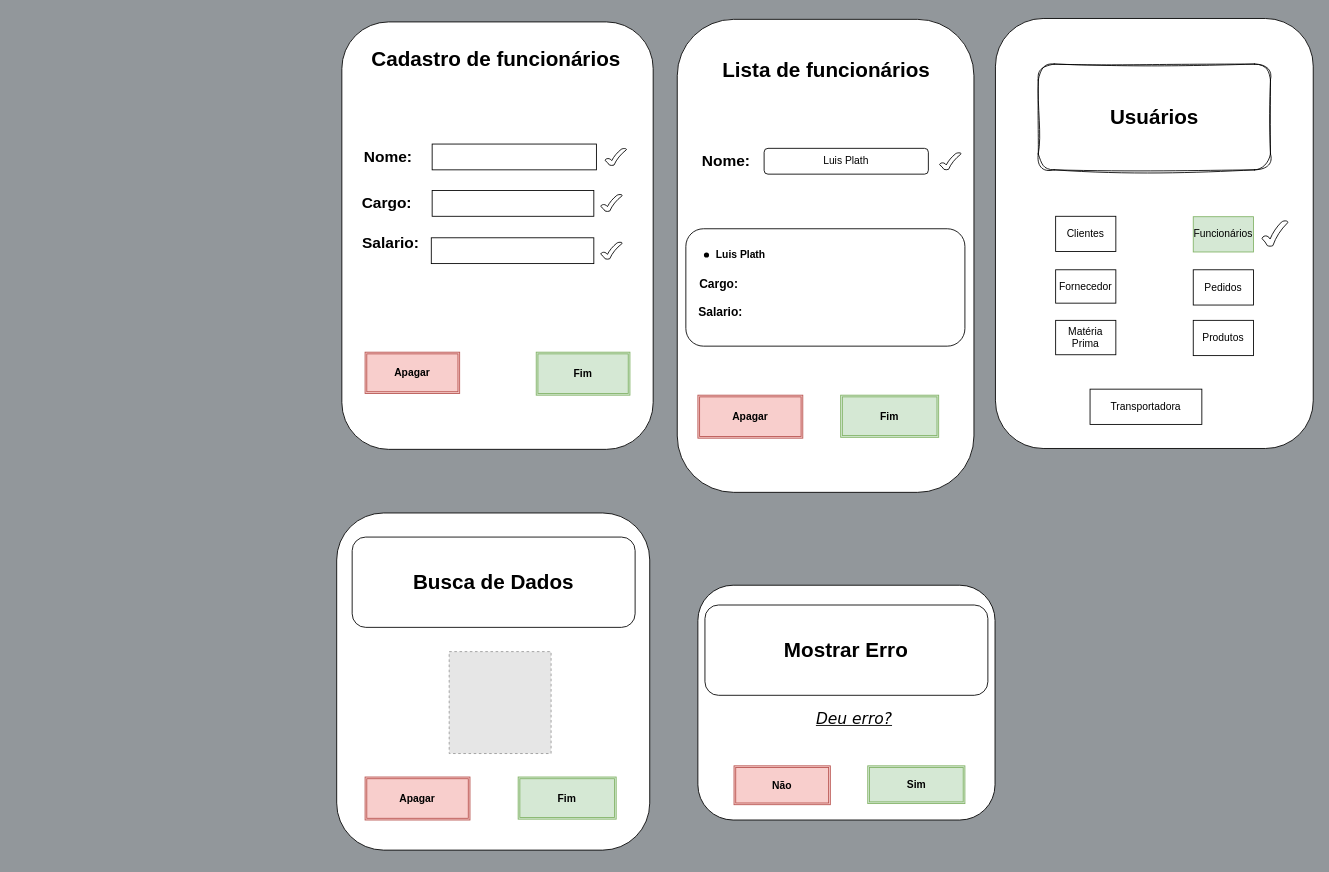
Above: page "Página-11" (11 of 14) of DOC/FLUXOGRAMA.DRAWIO in jeangustavoo/diagrama (draw.io), before the change. Source tidied: cells renumbered, new cells numbered last; positions are measured from the earlier drawing's top-left corner, leaving out a move shared by most shapes. Both pictures are drawn from the tidied source at 86%, with x=0, y=0 at pixel (336, 18). Pictures stored in the file or linked from it are replaced by grey dashed boxes.
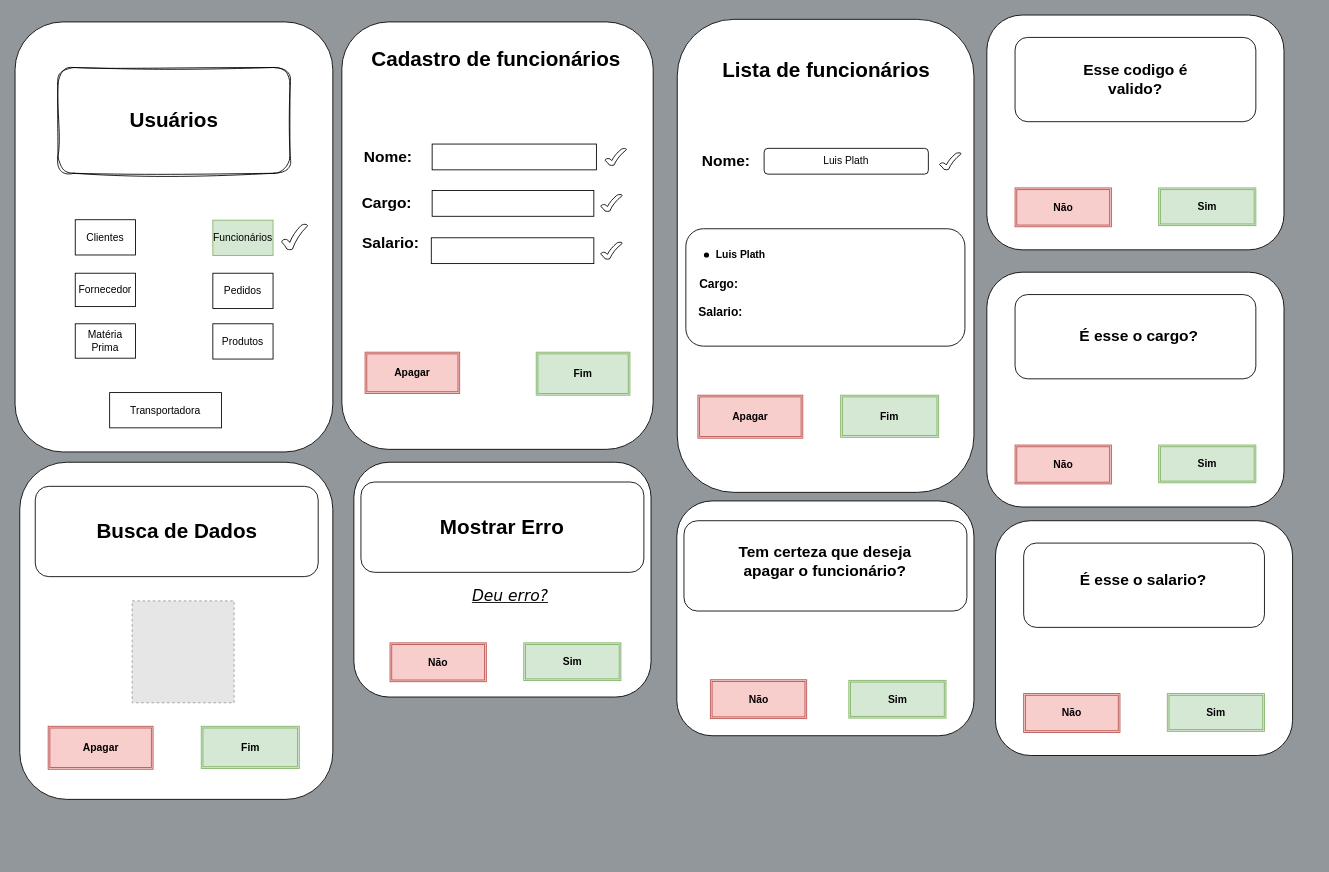
The same diagram, later.

Diff of the diagram source:
```diff
@@
     <mxCell id="23" style="rounded=1;whiteSpace=wrap;html=1;" parent="1" vertex="1">
-      <mxGeometry y="575" width="364" height="392" as="geometry" />
+      <mxGeometry x="-368.5" y="516" width="364" height="392" as="geometry" />
     </mxCell>
     <mxCell id="24" value="&lt;font face=&quot;Helvetica&quot;&gt;&lt;b&gt;Apagar&lt;/b&gt;&lt;/font&gt;" style="shape=ext;double=1;rounded=0;whiteSpace=wrap;html=1;hachureGap=4;fontFamily=Architects Daughter;fillColor=#f8cecc;strokeColor=#b85450;" parent="1" vertex="1">
-      <mxGeometry x="33" y="882" width="122" height="50" as="geometry" />
+      <mxGeometry x="-335.5" y="823" width="122" height="50" as="geometry" />
     </mxCell>
     <mxCell id="25" value="&lt;font face=&quot;Helvetica&quot;&gt;&lt;b&gt;Fim&lt;/b&gt;&lt;/font&gt;" style="shape=ext;double=1;rounded=0;whiteSpace=wrap;html=1;hachureGap=4;fontFamily=Architects Daughter;fillColor=#d5e8d4;strokeColor=#82b366;" parent="1" vertex="1">
-      <mxGeometry x="211" y="882" width="114" height="49" as="geometry" />
+      <mxGeometry x="-157.5" y="823" width="114" height="49" as="geometry" />
     </mxCell>
@@
     <mxCell id="28" style="fillColor=#E6E6E6;strokeColor=#999999;dashed=1;verticalLabelPosition=bottom;labelBackgroundColor=default;verticalAlign=top;" parent="1" vertex="1">
-      <mxGeometry x="130.8" y="736.2" width="118.5" height="118.5" as="geometry" />
+      <mxGeometry x="-237.8" y="677.2" width="118.5" height="118.5" as="geometry" />
     </mxCell>
     <mxCell id="29" value="&lt;b style=&quot;font-family: Helvetica; font-size: 24px; text-wrap: nowrap;&quot;&gt;Busca de Dados&lt;/b&gt;" style="rounded=1;whiteSpace=wrap;html=1;hachureGap=4;fontFamily=Architects Daughter;glass=0;shadow=0;fillColor=#FFFFFF;" parent="1" vertex="1">
-      <mxGeometry x="18" y="603" width="329" height="105" as="geometry" />
+      <mxGeometry x="-350.5" y="544" width="329" height="105" as="geometry" />
     </mxCell>
     <mxCell id="30" style="rounded=1;whiteSpace=wrap;html=1;" parent="1" vertex="1">
-      <mxGeometry x="420" y="659" width="345.5" height="273" as="geometry" />
+      <mxGeometry x="20" y="516" width="345.5" height="273" as="geometry" />
     </mxCell>
     <mxCell id="31" value="&lt;font face=&quot;Helvetica&quot;&gt;&lt;span style=&quot;font-size: 24px; text-wrap: nowrap;&quot;&gt;&lt;b&gt;Mostrar Erro&lt;/b&gt;&lt;/span&gt;&lt;/font&gt;" style="rounded=1;whiteSpace=wrap;html=1;hachureGap=4;fontFamily=Architects Daughter;glass=0;shadow=0;fillColor=#FFFFFF;" parent="1" vertex="1">
-      <mxGeometry x="428.2" y="682" width="329" height="105" as="geometry" />
+      <mxGeometry x="28.2" y="539" width="329" height="105" as="geometry" />
     </mxCell>
     <mxCell id="32" value="&lt;font face=&quot;Verdana&quot; style=&quot;font-size: 18px;&quot;&gt;&lt;i style=&quot;font-weight: normal;&quot;&gt;&lt;u&gt;Deu erro?&lt;/u&gt;&lt;/i&gt;&lt;/font&gt;" style="text;html=1;align=center;verticalAlign=middle;whiteSpace=wrap;rounded=0;fontFamily=Helvetica;fontStyle=1;" parent="1" vertex="1">
-      <mxGeometry x="483" y="787" width="238" height="54" as="geometry" />
+      <mxGeometry x="83" y="644" width="238" height="54" as="geometry" />
     </mxCell>
     <mxCell id="33" value="&lt;font face=&quot;Helvetica&quot;&gt;&lt;b&gt;Não&lt;/b&gt;&lt;/font&gt;" style="shape=ext;double=1;rounded=0;whiteSpace=wrap;html=1;hachureGap=4;fontFamily=Architects Daughter;fillColor=#f8cecc;strokeColor=#b85450;" parent="1" vertex="1">
-      <mxGeometry x="462" y="869" width="112" height="45.2" as="geometry" />
+      <mxGeometry x="62" y="726" width="112" height="45.2" as="geometry" />
     </mxCell>
     <mxCell id="34" value="&lt;font face=&quot;Helvetica&quot;&gt;&lt;b&gt;Sim&lt;/b&gt;&lt;/font&gt;" style="shape=ext;double=1;rounded=0;whiteSpace=wrap;html=1;hachureGap=4;fontFamily=Architects Daughter;fillColor=#d5e8d4;strokeColor=#82b366;" parent="1" vertex="1">
-      <mxGeometry x="617.5" y="869" width="113" height="43.9" as="geometry" />
+      <mxGeometry x="217.5" y="726" width="113" height="43.9" as="geometry" />
     </mxCell>
@@
     <mxCell id="39" style="rounded=1;whiteSpace=wrap;html=1;" parent="1" vertex="1">
-      <mxGeometry x="766" width="369.5" height="500" as="geometry" />
+      <mxGeometry x="-374" y="4" width="369.5" height="500" as="geometry" />
     </mxCell>
     <mxCell id="40" style="text;html=1;align=center;verticalAlign=middle;whiteSpace=wrap;rounded=0;" parent="1" vertex="1">
-      <mxGeometry x="775" y="243" width="60" height="30" as="geometry" />
+      <mxGeometry x="-365" y="247" width="60" height="30" as="geometry" />
     </mxCell>
@@
     <mxCell id="42" value="&lt;b&gt;&lt;font style=&quot;font-size: 24px;&quot;&gt;Usuários&lt;/font&gt;&lt;/b&gt;" style="rounded=1;whiteSpace=wrap;html=1;sketch=1;curveFitting=1;jiggle=2;" parent="1" vertex="1">
-      <mxGeometry x="815.8" y="53" width="270" height="123" as="geometry" />
+      <mxGeometry x="-324.2" y="57" width="270" height="123" as="geometry" />
     </mxCell>
     <mxCell id="43" value="Clientes" style="rounded=0;whiteSpace=wrap;html=1;" parent="1" vertex="1">
-      <mxGeometry x="836" y="230" width="70" height="41" as="geometry" />
+      <mxGeometry x="-304" y="234" width="70" height="41" as="geometry" />
     </mxCell>
     <mxCell id="44" value="Fornecedor" style="rounded=0;whiteSpace=wrap;html=1;" parent="1" vertex="1">
-      <mxGeometry x="836" y="292.2" width="70" height="38.8" as="geometry" />
+      <mxGeometry x="-304" y="296.2" width="70" height="38.8" as="geometry" />
     </mxCell>
     <mxCell id="45" value="Matéria Prima" style="rounded=0;whiteSpace=wrap;html=1;" parent="1" vertex="1">
-      <mxGeometry x="836" y="351" width="70" height="40" as="geometry" />
+      <mxGeometry x="-304" y="355" width="70" height="40" as="geometry" />
     </mxCell>
     <mxCell id="46" value="Funcionários" style="rounded=0;whiteSpace=wrap;html=1;fillColor=#d5e8d4;strokeColor=#82b366;" parent="1" vertex="1">
-      <mxGeometry x="996" y="230.5" width="70" height="41" as="geometry" />
+      <mxGeometry x="-144" y="234.5" width="70" height="41" as="geometry" />
     </mxCell>
     <mxCell id="47" value="Pedidos" style="rounded=0;whiteSpace=wrap;html=1;" parent="1" vertex="1">
-      <mxGeometry x="996" y="292.2" width="70" height="41" as="geometry" />
+      <mxGeometry x="-144" y="296.2" width="70" height="41" as="geometry" />
     </mxCell>
     <mxCell id="48" value="Produtos" style="rounded=0;whiteSpace=wrap;html=1;" parent="1" vertex="1">
-      <mxGeometry x="996" y="351" width="70" height="41" as="geometry" />
+      <mxGeometry x="-144" y="355" width="70" height="41" as="geometry" />
     </mxCell>
     <mxCell id="49" value="Transportadora" style="rounded=0;whiteSpace=wrap;html=1;" parent="1" vertex="1">
-      <mxGeometry x="876" y="431" width="130" height="41" as="geometry" />
+      <mxGeometry x="-264" y="435" width="130" height="41" as="geometry" />
     </mxCell>
     <mxCell id="50" style="verticalLabelPosition=bottom;verticalAlign=top;html=1;shape=mxgraph.basic.tick;" parent="1" vertex="1">
-      <mxGeometry x="1076" y="235" width="30" height="30" as="geometry" />
+      <mxGeometry x="-64" y="239" width="30" height="30" as="geometry" />
     </mxCell>
+    <mxCell id="51" style="rounded=1;whiteSpace=wrap;html=1;" parent="1" vertex="1">
+      <mxGeometry x="395.5" y="561" width="345.5" height="273" as="geometry" />
+    </mxCell>
+    <mxCell id="52" style="rounded=1;whiteSpace=wrap;html=1;hachureGap=4;fontFamily=Architects Daughter;glass=0;shadow=0;fillColor=#FFFFFF;" parent="1" vertex="1">
+      <mxGeometry x="403.8" y="584" width="329" height="105" as="geometry" />
+    </mxCell>
+    <mxCell id="53" value="&lt;font style=&quot;font-size: 18px;&quot;&gt;&lt;b style=&quot;&quot;&gt;Tem certeza que deseja apagar o funcionário?&lt;/b&gt;&lt;/font&gt;" style="text;html=1;align=center;verticalAlign=middle;whiteSpace=wrap;rounded=0;" parent="1" vertex="1">
+      <mxGeometry x="463.2" y="610" width="210" height="43" as="geometry" />
+    </mxCell>
+    <mxCell id="54" value="&lt;font face=&quot;Helvetica&quot;&gt;&lt;b&gt;Não&lt;/b&gt;&lt;/font&gt;" style="shape=ext;double=1;rounded=0;whiteSpace=wrap;html=1;hachureGap=4;fontFamily=Architects Daughter;fillColor=#f8cecc;strokeColor=#b85450;" parent="1" vertex="1">
+      <mxGeometry x="434.5" y="768.9" width="112" height="45.2" as="geometry" />
+    </mxCell>
+    <mxCell id="55" value="&lt;font face=&quot;Helvetica&quot;&gt;&lt;b&gt;Sim&lt;/b&gt;&lt;/font&gt;" style="shape=ext;double=1;rounded=0;whiteSpace=wrap;html=1;hachureGap=4;fontFamily=Architects Daughter;fillColor=#d5e8d4;strokeColor=#82b366;" parent="1" vertex="1">
+      <mxGeometry x="595.5" y="769.6" width="113" height="43.9" as="geometry" />
+    </mxCell>
+    <mxCell id="56" style="rounded=1;whiteSpace=wrap;html=1;" parent="1" vertex="1">
+      <mxGeometry x="756" y="-4" width="345.5" height="273" as="geometry" />
+    </mxCell>
+    <mxCell id="57" style="rounded=1;whiteSpace=wrap;html=1;" parent="1" vertex="1">
+      <mxGeometry x="788.8" y="22" width="280" height="98" as="geometry" />
+    </mxCell>
+    <mxCell id="58" value="&lt;font style=&quot;font-size: 18px;&quot;&gt;&lt;b&gt;Esse codigo é valido?&lt;/b&gt;&lt;/font&gt;" style="text;html=1;align=center;verticalAlign=middle;whiteSpace=wrap;rounded=0;" parent="1" vertex="1">
+      <mxGeometry x="859.8" y="56" width="138" height="30" as="geometry" />
+    </mxCell>
+    <mxCell id="59" value="&lt;font face=&quot;Helvetica&quot;&gt;&lt;b&gt;Não&lt;/b&gt;&lt;/font&gt;" style="shape=ext;double=1;rounded=0;whiteSpace=wrap;html=1;hachureGap=4;fontFamily=Architects Daughter;fillColor=#f8cecc;strokeColor=#b85450;" parent="1" vertex="1">
+      <mxGeometry x="788.8" y="197" width="112" height="45.2" as="geometry" />
+    </mxCell>
+    <mxCell id="60" value="&lt;font face=&quot;Helvetica&quot;&gt;&lt;b&gt;Sim&lt;/b&gt;&lt;/font&gt;" style="shape=ext;double=1;rounded=0;whiteSpace=wrap;html=1;hachureGap=4;fontFamily=Architects Daughter;fillColor=#d5e8d4;strokeColor=#82b366;" parent="1" vertex="1">
+      <mxGeometry x="955.8" y="197" width="113" height="43.9" as="geometry" />
+    </mxCell>
+    <mxCell id="61" style="rounded=1;whiteSpace=wrap;html=1;" parent="1" vertex="1">
+      <mxGeometry x="756" y="295" width="345.5" height="273" as="geometry" />
+    </mxCell>
+    <mxCell id="62" style="rounded=1;whiteSpace=wrap;html=1;" parent="1" vertex="1">
+      <mxGeometry x="788.8" y="321" width="280" height="98" as="geometry" />
+    </mxCell>
+    <mxCell id="63" value="&lt;span style=&quot;font-size: 18px;&quot;&gt;&lt;b&gt;É esse o cargo?&lt;/b&gt;&lt;/span&gt;" style="text;html=1;align=center;verticalAlign=middle;whiteSpace=wrap;rounded=0;" parent="1" vertex="1">
+      <mxGeometry x="859.8" y="355" width="146.2" height="30" as="geometry" />
+    </mxCell>
+    <mxCell id="64" value="&lt;font face=&quot;Helvetica&quot;&gt;&lt;b&gt;Não&lt;/b&gt;&lt;/font&gt;" style="shape=ext;double=1;rounded=0;whiteSpace=wrap;html=1;hachureGap=4;fontFamily=Architects Daughter;fillColor=#f8cecc;strokeColor=#b85450;" parent="1" vertex="1">
+      <mxGeometry x="788.8" y="496" width="112" height="45.2" as="geometry" />
+    </mxCell>
+    <mxCell id="65" value="&lt;font face=&quot;Helvetica&quot;&gt;&lt;b&gt;Sim&lt;/b&gt;&lt;/font&gt;" style="shape=ext;double=1;rounded=0;whiteSpace=wrap;html=1;hachureGap=4;fontFamily=Architects Daughter;fillColor=#d5e8d4;strokeColor=#82b366;" parent="1" vertex="1">
+      <mxGeometry x="955.8" y="496" width="113" height="43.9" as="geometry" />
+    </mxCell>
+    <mxCell id="66" style="rounded=1;whiteSpace=wrap;html=1;" parent="1" vertex="1">
+      <mxGeometry x="766" y="584" width="345.5" height="273" as="geometry" />
+    </mxCell>
+    <mxCell id="67" style="rounded=1;whiteSpace=wrap;html=1;" parent="1" vertex="1">
+      <mxGeometry x="798.8" y="610" width="280" height="98" as="geometry" />
+    </mxCell>
+    <mxCell id="68" value="&lt;font style=&quot;font-size: 18px;&quot;&gt;&lt;b&gt;É esse o salario?&lt;/b&gt;&lt;/font&gt;" style="text;html=1;align=center;verticalAlign=middle;whiteSpace=wrap;rounded=0;" parent="1" vertex="1">
+      <mxGeometry x="859.8" y="637.5" width="156.2" height="30" as="geometry" />
+    </mxCell>
+    <mxCell id="69" value="&lt;font face=&quot;Helvetica&quot;&gt;&lt;b&gt;Não&lt;/b&gt;&lt;/font&gt;" style="shape=ext;double=1;rounded=0;whiteSpace=wrap;html=1;hachureGap=4;fontFamily=Architects Daughter;fillColor=#f8cecc;strokeColor=#b85450;" parent="1" vertex="1">
+      <mxGeometry x="798.8" y="785" width="112" height="45.2" as="geometry" />
+    </mxCell>
+    <mxCell id="70" value="&lt;font face=&quot;Helvetica&quot;&gt;&lt;b&gt;Sim&lt;/b&gt;&lt;/font&gt;" style="shape=ext;double=1;rounded=0;whiteSpace=wrap;html=1;hachureGap=4;fontFamily=Architects Daughter;fillColor=#d5e8d4;strokeColor=#82b366;" parent="1" vertex="1">
+      <mxGeometry x="965.8" y="785" width="113" height="43.9" as="geometry" />
+    </mxCell>
```
